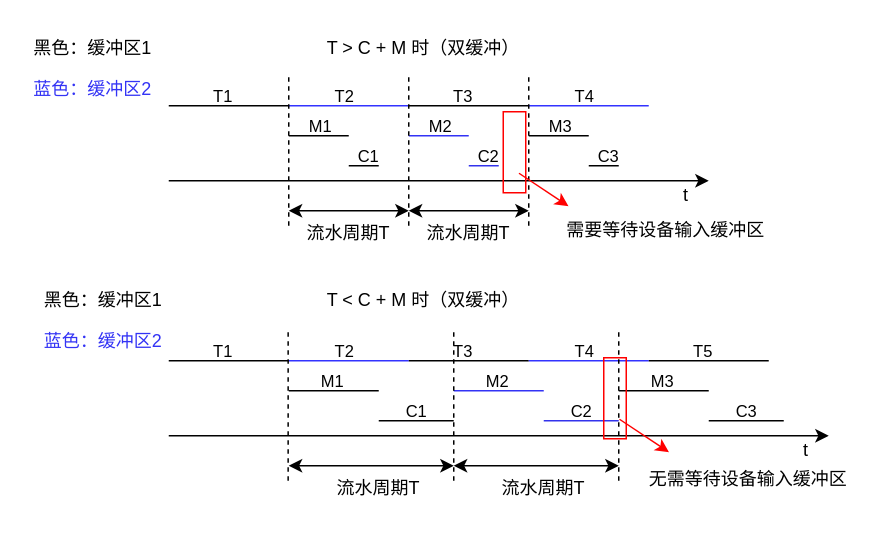
Before: 绘图/双缓冲区.drawio in galaxynn/PostgraduateEntranceExams, a draw.io diagram. Source tidied: cells renumbered, new cells numbered last; positions are measured from the earlier drawing's top-left corner, leaving out a move shared by most shapes. Both pictures are drawn from the tidied source at 150%, with x=0, y=0 at pixel (26, 26).
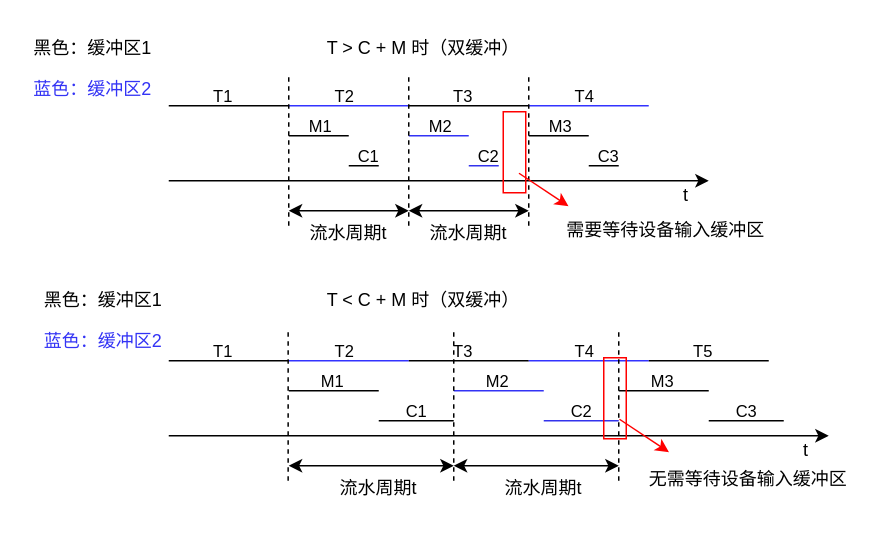
Above is the later version.

Diff of the diagram source:
```diff
@@
-    <mxCell id="27" value="流水周期T" style="text;html=1;align=center;verticalAlign=middle;whiteSpace=wrap;rounded=0;" parent="1" vertex="1">
+    <mxCell id="27" value="流水周期t" style="text;html=1;align=center;verticalAlign=middle;whiteSpace=wrap;rounded=0;" parent="1" vertex="1">
       <mxGeometry x="185" y="123" width="60" height="30" as="geometry" />
     </mxCell>
-    <mxCell id="28" value="流水周期T" style="text;html=1;align=center;verticalAlign=middle;whiteSpace=wrap;rounded=0;" parent="1" vertex="1">
+    <mxCell id="28" value="流水周期t" style="text;html=1;align=center;verticalAlign=middle;whiteSpace=wrap;rounded=0;" parent="1" vertex="1">
       <mxGeometry x="265" y="123" width="60" height="30" as="geometry" />
     </mxCell>
@@
-    <mxCell id="62" value="流水周期T" style="text;html=1;align=center;verticalAlign=middle;whiteSpace=wrap;rounded=0;" parent="1" vertex="1">
+    <mxCell id="62" value="流水周期t" style="text;html=1;align=center;verticalAlign=middle;whiteSpace=wrap;rounded=0;" parent="1" vertex="1">
       <mxGeometry x="205" y="293" width="60" height="30" as="geometry" />
     </mxCell>
-    <mxCell id="63" value="流水周期T" style="text;html=1;align=center;verticalAlign=middle;whiteSpace=wrap;rounded=0;" parent="1" vertex="1">
+    <mxCell id="63" value="流水周期t" style="text;html=1;align=center;verticalAlign=middle;whiteSpace=wrap;rounded=0;" parent="1" vertex="1">
       <mxGeometry x="315" y="293" width="60" height="30" as="geometry" />
     </mxCell>
```
